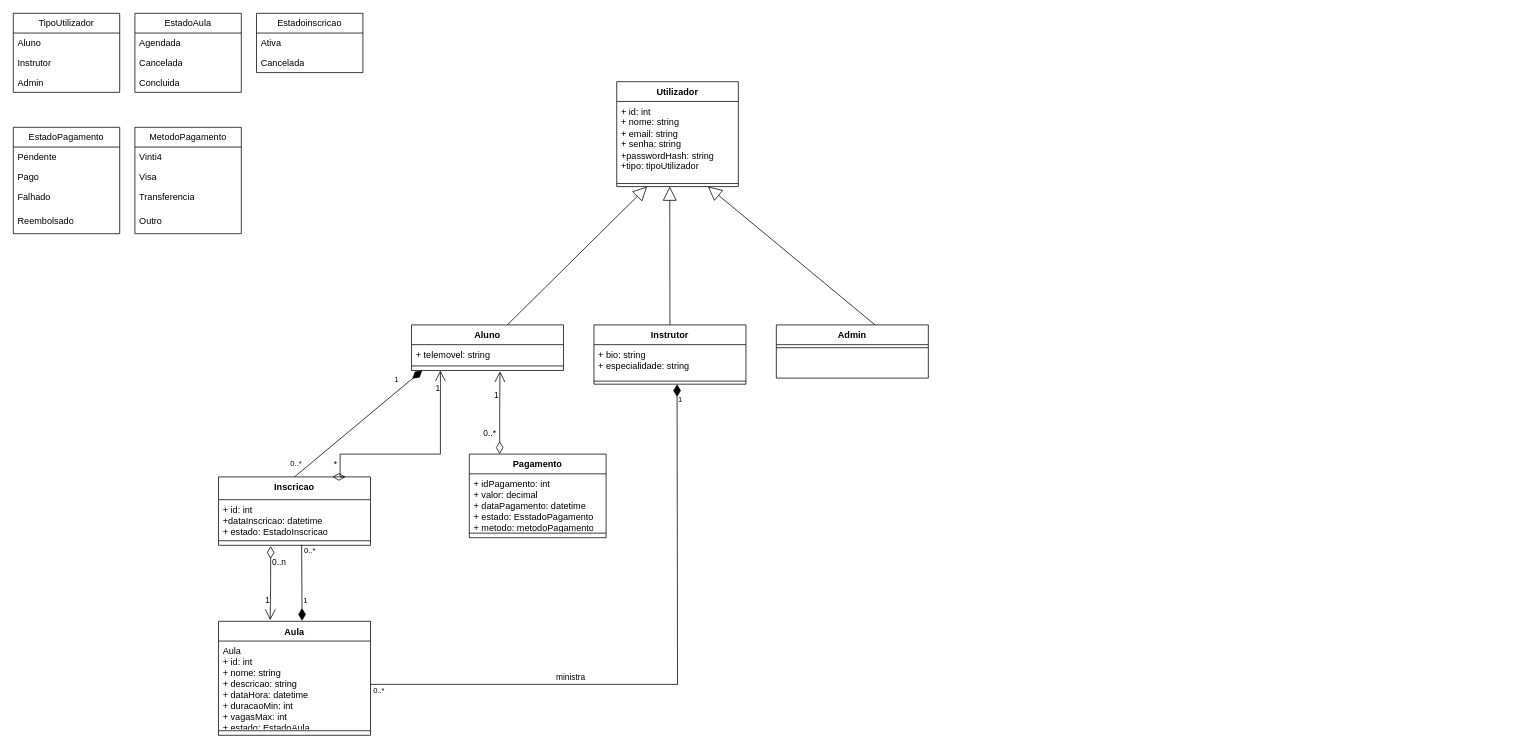
Before: page "Classes" (3 of 6) of Diagramas UML.drawio in Esmael285/TecWeb26, a draw.io diagram. Source tidied: cells renumbered, new cells numbered last; positions are measured from the earlier drawing's top-left corner, leaving out a move shared by most shapes. Both pictures are drawn from the tidied source at 76%, with x=0, y=0 at pixel (13, 13).
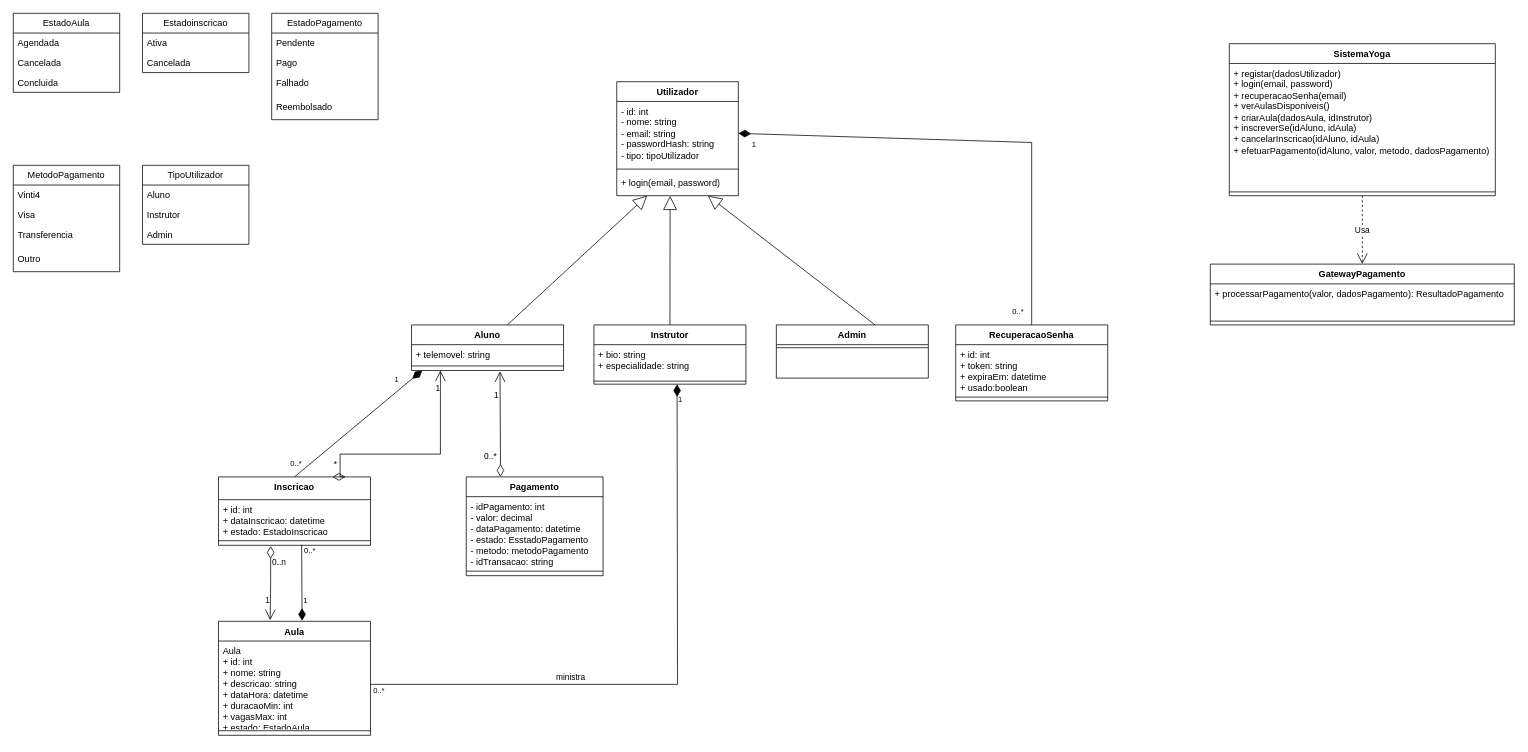
The same diagram, later.

The change refers to these unchanged cells:
```xml
<mxCell id="6" value="&lt;div&gt;&lt;br&gt;&lt;/div&gt;" style="text;strokeColor=none;fillColor=none;align=left;verticalAlign=top;spacingLeft=4;spacingRight=4;overflow=hidden;points=[[0,0.5],[1,0.5]];portConstraint=eastwest;whiteSpace=wrap;html=1;" parent="2" vertex="1">
  <mxGeometry y="58" width="200" height="2" as="geometry" />
</mxCell>
<mxCell id="11" value="Instrutor" style="swimlane;fontStyle=1;align=center;verticalAlign=top;horizontal=1;startSize=26;whiteSpace=wrap;html=1;" parent="1" vertex="1">
  <mxGeometry x="764" y="410" width="200" height="78" as="geometry" />
</mxCell>
<mxCell id="24" value="Inscricao" style="swimlane;fontStyle=1;align=center;verticalAlign=top;horizontal=1;startSize=30;whiteSpace=wrap;html=1;" parent="1" vertex="1">
  <mxGeometry x="270" y="610" width="200" height="90" as="geometry" />
</mxCell>
```

Change to the diagram source:
```diff
@@
     <mxCell id="17" value="Pagamento" style="swimlane;fontStyle=1;align=center;verticalAlign=top;horizontal=1;startSize=26;whiteSpace=wrap;html=1;" parent="1" vertex="1">
-      <mxGeometry x="600" y="580" width="180" height="110" as="geometry" />
+      <mxGeometry x="596" y="610" width="180" height="130" as="geometry" />
     </mxCell>
-    <mxCell id="18" value="+ idPagamento: int&lt;div&gt;+ valor: decimal&lt;br&gt;&lt;/div&gt;&lt;div&gt;+ dataPagamento: datetime&lt;div&gt;+ estado: EsstadoPagamento&lt;/div&gt;&lt;/div&gt;&lt;div&gt;+ metodo: metodoPagamento&lt;br&gt;&lt;/div&gt;" style="text;strokeColor=none;fillColor=none;align=left;verticalAlign=top;spacingLeft=4;spacingRight=4;overflow=hidden;whiteSpace=wrap;html=1;" parent="17" vertex="1">
-      <mxGeometry y="26" width="180" height="74" as="geometry" />
+    <mxCell id="18" value="- idPagamento: int&lt;div&gt;- valor: decimal&lt;br&gt;&lt;/div&gt;&lt;div&gt;- dataPagamento: datetime&lt;div&gt;- estado: EsstadoPagamento&lt;/div&gt;&lt;/div&gt;&lt;div&gt;- metodo: metodoPagamento&lt;br&gt;&lt;/div&gt;&lt;div&gt;- idTransacao: string&lt;/div&gt;" style="text;strokeColor=none;fillColor=none;align=left;verticalAlign=top;spacingLeft=4;spacingRight=4;overflow=hidden;whiteSpace=wrap;html=1;" parent="17" vertex="1">
+      <mxGeometry y="26" width="180" height="94" as="geometry" />
     </mxCell>
     <mxCell id="19" style="line;strokeWidth=1;fillColor=none;align=left;verticalAlign=middle;spacingTop=-1;spacingLeft=3;spacingRight=3;labelPosition=right;strokeColor=inherit;" parent="17" vertex="1">
-      <mxGeometry y="100" width="180" height="8" as="geometry" />
+      <mxGeometry y="120" width="180" height="8" as="geometry" />
     </mxCell>
     <mxCell id="20" value="&lt;div&gt;&lt;br&gt;&lt;/div&gt;" style="text;strokeColor=none;fillColor=none;align=left;verticalAlign=top;spacingLeft=4;spacingRight=4;overflow=hidden;whiteSpace=wrap;html=1;" parent="17" vertex="1">
-      <mxGeometry y="108" width="180" height="2" as="geometry" />
+      <mxGeometry y="128" width="180" height="2" as="geometry" />
     </mxCell>
     <mxCell id="21" value="Utilizador" style="swimlane;fontStyle=1;align=center;verticalAlign=top;horizontal=1;startSize=26;whiteSpace=wrap;html=1;" parent="1" vertex="1">
-      <mxGeometry x="794" y="90" width="160" height="138" as="geometry" />
+      <mxGeometry x="794" y="90" width="160" height="150" as="geometry" />
     </mxCell>
-    <mxCell id="22" value="&lt;div&gt;+ id: int&lt;br&gt;&lt;/div&gt;+ nome: string&lt;div&gt;+ email: string&lt;br&gt;&lt;/div&gt;&lt;div&gt;+ senha: string&lt;/div&gt;&lt;div&gt;+passwordHash: string&lt;/div&gt;&lt;div&gt;+tipo: tipoUtilizador&lt;/div&gt;" style="text;strokeColor=none;fillColor=none;align=left;verticalAlign=top;spacingLeft=4;spacingRight=4;overflow=hidden;points=[[0,0.5],[1,0.5]];portConstraint=eastwest;whiteSpace=wrap;html=1;" parent="21" vertex="1">
-      <mxGeometry y="26" width="160" height="104" as="geometry" />
+    <mxCell id="22" value="&lt;div&gt;- id: int&lt;br&gt;&lt;/div&gt;- nome: string&lt;div&gt;- email: string&lt;/div&gt;&lt;div&gt;- passwordHash: string&lt;/div&gt;&lt;div&gt;- tipo: tipoUtilizador&lt;/div&gt;&lt;div&gt;&lt;br&gt;&lt;/div&gt;" style="text;strokeColor=none;fillColor=none;align=left;verticalAlign=top;spacingLeft=4;spacingRight=4;overflow=hidden;points=[[0,0.5],[1,0.5]];portConstraint=eastwest;whiteSpace=wrap;html=1;" parent="21" vertex="1">
+      <mxGeometry y="26" width="160" height="84" as="geometry" />
     </mxCell>
     <mxCell id="23" style="line;strokeWidth=1;fillColor=none;align=left;verticalAlign=middle;spacingTop=-1;spacingLeft=3;spacingRight=3;labelPosition=right;points=[];portConstraint=eastwest;strokeColor=inherit;" parent="21" vertex="1">
-      <mxGeometry y="130" width="160" height="8" as="geometry" />
+      <mxGeometry y="110" width="160" height="10" as="geometry" />
     </mxCell>
+    <mxCell id="69" value="&lt;div&gt;+ login(email, password)&lt;/div&gt;" style="text;strokeColor=none;fillColor=none;align=left;verticalAlign=top;spacingLeft=4;spacingRight=4;overflow=hidden;points=[[0,0.5],[1,0.5]];portConstraint=eastwest;whiteSpace=wrap;html=1;" parent="21" vertex="1">
+      <mxGeometry y="120" width="160" height="30" as="geometry" />
+    </mxCell>
@@
-    <mxCell id="25" value="+ id: int&lt;div&gt;+dataInscricao: datetime&lt;br&gt;&lt;div&gt;+ estado: EstadoInscricao&lt;/div&gt;&lt;/div&gt;" style="text;strokeColor=none;fillColor=none;align=left;verticalAlign=top;spacingLeft=4;spacingRight=4;overflow=hidden;whiteSpace=wrap;html=1;" parent="24" vertex="1">
+    <mxCell id="25" value="+ id: int&lt;div&gt;+ dataInscricao: datetime&lt;br&gt;&lt;div&gt;+ estado: EstadoInscricao&lt;/div&gt;&lt;/div&gt;" style="text;strokeColor=none;fillColor=none;align=left;verticalAlign=top;spacingLeft=4;spacingRight=4;overflow=hidden;whiteSpace=wrap;html=1;" parent="24" vertex="1">
       <mxGeometry y="30" width="200" height="50" as="geometry" />
     </mxCell>
@@
-    <mxCell id="28" style="endArrow=block;endSize=16;endFill=0;html=1;rounded=0;exitX=0.5;exitY=0;exitDx=0;exitDy=0;entryX=0.436;entryY=1;entryDx=0;entryDy=0;entryPerimeter=0;" parent="1" edge="1" source="11" target="23">
+    <mxCell id="28" style="endArrow=block;endSize=16;endFill=0;html=1;rounded=0;exitX=0.5;exitY=0;exitDx=0;exitDy=0;entryX=0.439;entryY=1.006;entryDx=0;entryDy=0;entryPerimeter=0;" parent="1" edge="1" source="11" target="69">
       <mxGeometry relative="1" as="geometry" />
     </mxCell>
@@
     <mxCell id="36" value="TipoUtilizador" style="swimlane;fontStyle=0;horizontal=1;startSize=26;fillColor=none;whiteSpace=wrap;html=1;" parent="1" vertex="1">
-      <mxGeometry width="140" height="104" as="geometry" />
+      <mxGeometry x="170" y="200" width="140" height="104" as="geometry" />
     </mxCell>
@@
     <mxCell id="40" value="EstadoAula" style="swimlane;fontStyle=0;horizontal=1;startSize=26;fillColor=none;whiteSpace=wrap;html=1;" parent="1" vertex="1">
-      <mxGeometry x="160" width="140" height="104" as="geometry" />
+      <mxGeometry width="140" height="104" as="geometry" />
     </mxCell>
@@
     <mxCell id="44" value="Estadoinscricao" style="swimlane;fontStyle=0;horizontal=1;startSize=26;fillColor=none;whiteSpace=wrap;html=1;" parent="1" vertex="1">
-      <mxGeometry x="320" width="140" height="78" as="geometry" />
+      <mxGeometry x="170" width="140" height="78" as="geometry" />
     </mxCell>
@@
     <mxCell id="47" value="EstadoPagamento" style="swimlane;fontStyle=0;horizontal=1;startSize=26;fillColor=none;whiteSpace=wrap;html=1;" parent="1" vertex="1">
-      <mxGeometry y="150" width="140" height="140" as="geometry" />
+      <mxGeometry x="340" width="140" height="140" as="geometry" />
     </mxCell>
@@
     <mxCell id="52" value="MetodoPagamento" style="swimlane;fontStyle=0;horizontal=1;startSize=26;fillColor=none;whiteSpace=wrap;html=1;" parent="1" vertex="1">
-      <mxGeometry x="160" y="150" width="140" height="140" as="geometry" />
+      <mxGeometry y="200" width="140" height="140" as="geometry" />
     </mxCell>
@@
-    <mxCell id="66" style="endArrow=open;html=1;endSize=12;startArrow=diamondThin;startSize=14;startFill=0;edgeStyle=orthogonalEdgeStyle;rounded=0;entryX=0.582;entryY=1.5;entryDx=0;entryDy=0;entryPerimeter=0;" parent="1" edge="1" target="6">
+    <mxCell id="66" style="endArrow=open;html=1;endSize=12;startArrow=diamondThin;startSize=14;startFill=0;edgeStyle=orthogonalEdgeStyle;rounded=0;entryX=0.582;entryY=1.5;entryDx=0;entryDy=0;entryPerimeter=0;exitX=0.25;exitY=0;exitDx=0;exitDy=0;" parent="1" edge="1" source="17" target="6">
       <mxGeometry x="0.01" relative="1" as="geometry">
-        <mxPoint x="640" y="580" as="sourcePoint" />
         <Array as="points">
-          <mxPoint x="640" y="525" />
-          <mxPoint x="640" y="525" />
+          <mxPoint x="640" y="580" />
         </Array>
       </mxGeometry>
     </mxCell>
@@
+    <mxCell id="70" value="RecuperacaoSenha" style="swimlane;fontStyle=1;align=center;verticalAlign=top;horizontal=1;startSize=26;whiteSpace=wrap;html=1;" parent="1" vertex="1">
+      <mxGeometry x="1240" y="410" width="200" height="100" as="geometry" />
+    </mxCell>
+    <mxCell id="71" value="+ id: int&lt;div&gt;+ token: string&lt;/div&gt;&lt;div&gt;+ expiraEm: datetime&lt;/div&gt;&lt;div&gt;+ usado:boolean&lt;/div&gt;" style="text;strokeColor=none;fillColor=none;align=left;verticalAlign=top;spacingLeft=4;spacingRight=4;overflow=hidden;whiteSpace=wrap;html=1;" parent="70" vertex="1">
+      <mxGeometry y="26" width="200" height="64" as="geometry" />
+    </mxCell>
+    <mxCell id="72" style="line;strokeWidth=1;fillColor=none;align=left;verticalAlign=middle;spacingTop=-1;spacingLeft=3;spacingRight=3;labelPosition=right;strokeColor=inherit;" parent="70" vertex="1">
+      <mxGeometry y="90" width="200" height="10" as="geometry" />
+    </mxCell>
+    <mxCell id="73" style="align=right;html=1;verticalAlign=bottom;endArrow=none;startArrow=diamondThin;startSize=14;startFill=1;edgeStyle=none;rounded=0;exitX=1;exitY=0.5;exitDx=0;exitDy=0;entryX=0.5;entryY=0;entryDx=0;entryDy=0;" parent="1" edge="1" source="22" target="70">
+      <mxGeometry x="0.29" relative="1" as="geometry">
+        <Array as="points">
+          <mxPoint x="1340" y="170" />
+        </Array>
+      </mxGeometry>
+    </mxCell>
+    <mxCell id="74" value="1" style="html=1;align=left;verticalAlign=top;labelBackgroundColor=none;fontSize=10;" parent="73" vertex="1">
+      <mxGeometry x="-1" relative="1" as="geometry">
+        <mxPoint x="16" y="2" as="offset" />
+      </mxGeometry>
+    </mxCell>
+    <mxCell id="75" value="0..*" style="html=1;align=right;verticalAlign=top;labelBackgroundColor=none;fontSize=10;" parent="73" vertex="1">
+      <mxGeometry x="1" relative="1" as="geometry">
+        <mxPoint x="-10" y="-30" as="offset" />
+      </mxGeometry>
+    </mxCell>
+    <mxCell id="76" value="SistemaYoga" style="swimlane;fontStyle=1;align=center;verticalAlign=top;horizontal=1;startSize=26;whiteSpace=wrap;html=1;" parent="1" vertex="1">
+      <mxGeometry x="1600" y="40" width="350" height="200" as="geometry" />
+    </mxCell>
+    <mxCell id="77" value="+ registar(dadosUtilizador)&lt;div&gt;+ login(email, password)&lt;/div&gt;&lt;div&gt;+ recuperacaoSenha(email)&lt;/div&gt;&lt;div&gt;+ verAulasDisponiveis()&lt;/div&gt;&lt;div&gt;+ criarAula(dadosAula, idInstrutor)&lt;/div&gt;&lt;div&gt;+ inscreverSe(idAluno, idAula)&lt;/div&gt;&lt;div&gt;+ cancelarInscricao(idAluno, idAula)&lt;/div&gt;&lt;div&gt;+ efetuarPagamento(idAluno, valor, metodo, dadosPagamento)&lt;/div&gt;" style="text;strokeColor=none;fillColor=none;align=left;verticalAlign=top;spacingLeft=4;spacingRight=4;overflow=hidden;whiteSpace=wrap;html=1;" parent="76" vertex="1">
+      <mxGeometry y="26" width="350" height="164" as="geometry" />
+    </mxCell>
+    <mxCell id="78" style="line;strokeWidth=1;fillColor=none;align=left;verticalAlign=middle;spacingTop=-1;spacingLeft=3;spacingRight=3;labelPosition=right;strokeColor=inherit;" parent="76" vertex="1">
+      <mxGeometry y="190" width="350" height="10" as="geometry" />
+    </mxCell>
+    <mxCell id="79" value="Usa" style="endArrow=open;endSize=12;dashed=1;html=1;rounded=0;exitX=0.5;exitY=1;exitDx=0;exitDy=0;entryX=0.5;entryY=0;entryDx=0;entryDy=0;" parent="1" edge="1" source="76" target="80">
+      <mxGeometry relative="1" as="geometry" />
+    </mxCell>
+    <mxCell id="80" value="GatewayPagamento" style="swimlane;fontStyle=1;align=center;verticalAlign=top;horizontal=1;startSize=26;whiteSpace=wrap;html=1;" parent="1" vertex="1">
+      <mxGeometry x="1575" y="330" width="400" height="80" as="geometry" />
+    </mxCell>
+    <mxCell id="81" value="+ processarPagamento(valor, dadosPagamento): ResultadoPagamento" style="text;strokeColor=none;fillColor=none;align=left;verticalAlign=top;spacingLeft=4;spacingRight=4;overflow=hidden;whiteSpace=wrap;html=1;" parent="80" vertex="1">
+      <mxGeometry y="26" width="400" height="44" as="geometry" />
+    </mxCell>
+    <mxCell id="82" style="line;strokeWidth=1;fillColor=none;align=left;verticalAlign=middle;spacingTop=-1;spacingLeft=3;spacingRight=3;labelPosition=right;strokeColor=inherit;" parent="80" vertex="1">
+      <mxGeometry y="70" width="400" height="10" as="geometry" />
+    </mxCell>
```
